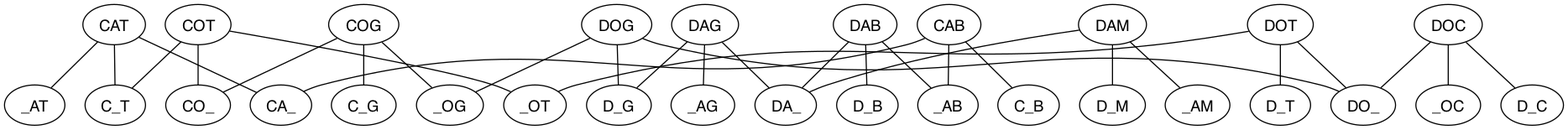
ToF-/CodeKatas keeps this Graphviz diagram as word-ladder/src/images/example-groups.png. Above is the earlier version. Its source is kept beside it as word-ladder/src/example-groups.gv.
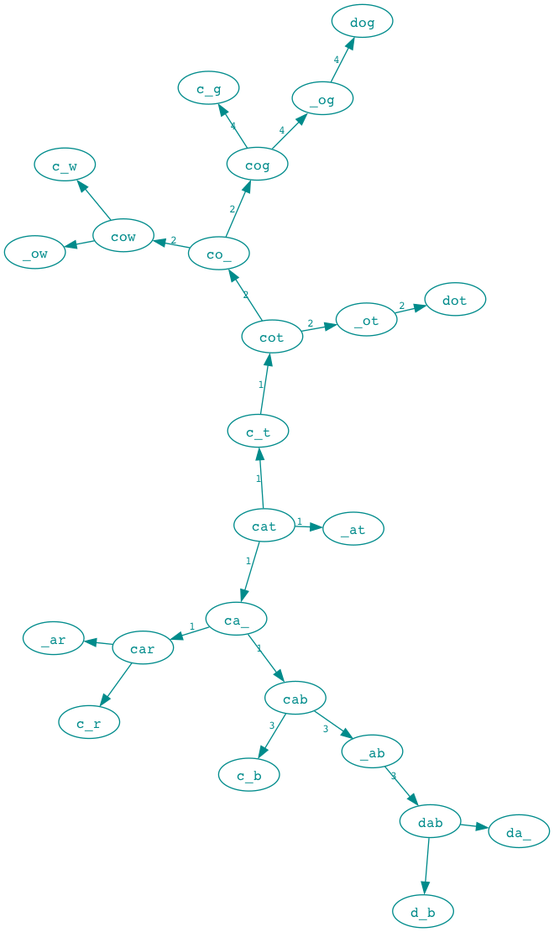
After the change.

Commit message:
graph of words

The edit, as a diff of the source:
```diff
@@ -1,15 +1,18 @@
-strict graph ip_map {
-	fontname="Helvetica,Arial,sans-serif"
-	node [fontname="Helvetica,Arial,sans-serif"]
-	edge [fontname="Helvetica,Arial,sans-serif"]
-CAT -- {_AT,C_T,CA_};
-CAB -- {_AB,C_B,CA_};
-COG -- {_OG,C_G,CO_};
-COT -- {_OT,C_T,CO_};
-DAB -- {_AB,D_B,DA_};
-DAG -- {_AG,D_G,DA_};
-DAM -- {_AM,D_M,DA_};
-DOC -- {_OC,D_C,DO_};
-DOG -- {_OG,D_G,DO_};
-DOT -- {_OT,D_T,DO_};
+strict digraph ip_map {
+    layout=neato
+    node [colorscheme="SVG",width=0.5,height=0.2,shape = ellipse,fontcolor="darkcyan",fontsize=12,fontname="Courier",color="darkcyan"];
+    edge [colorscheme="SVG",color="darkcyan",fontcolor="darkcyan",fontsize=10,fontname="Courier"];
+cat -> { _at, c_t, ca_ } [label="1"];
+c_t -> { cot } [label="1"];
+ca_ -> { cab, car } [label="1"];
+cot -> { _ot, co_ } [label="2"];
+cab -> { _ab, c_b } [label="3"];
+car -> { _ar, c_r };
+_ot -> { dot } [label="2"];
+co_ -> { cog, cow } [label="2"];
+_ab -> { dab } [label="3"];
+cog -> { _og, c_g } [label="4"];
+cow -> { _ow, c_w };
+dab -> { d_b, da_ };
+_og -> { dog } [label="4"];
 }
```
